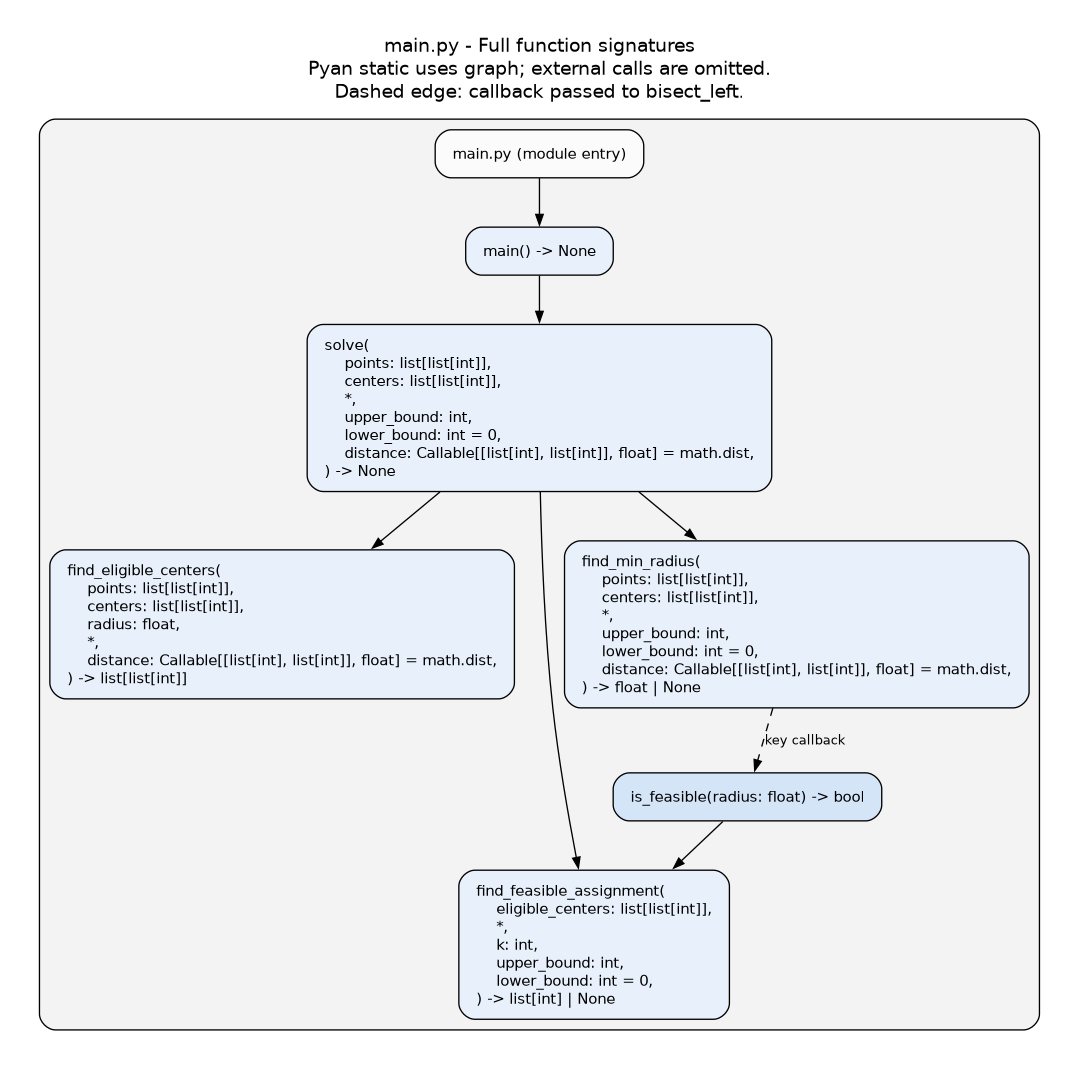
Earlier version of the Graphviz export docs/callgraphs/main-signatures.png (ianebeckett/cluster). Its source is kept beside it as docs/callgraphs/main-signatures.dot. The source it was exported from:
```dot
digraph G {
    graph [label="main.py - Full function signatures\nPyan static uses graph; external calls are omitted.\nDashed edge: callback passed to bisect_left.", labelloc=t, fontname="DejaVu Sans", fontsize=14, bgcolor="white", pad=0.3];
    node [shape=box, fontname="DejaVu Sans", fontsize=11, margin="0.18,0.12"];
    edge [fontname="DejaVu Sans", fontsize=10, arrowsize=0.8];
    graph [rankdir=TB, ranksep=0.5, layout=dot];
    subgraph "cluster_G" {

        graph [style="filled,rounded", fillcolor="#80808018", label=""];
        "main" [label="main.py (module entry)", style="rounded,filled", fillcolor="#ffffffb2", fontcolor="#000000", group="0", tooltip="main\n/home/ian/school/cluster/main.py"];
        "main__find_eligible_centers" [label="find_eligible_centers(\l    points: list[list[int]],\l    centers: list[list[int]],\l    radius: float,\l    *,\l    distance: Callable[[list[int], list[int]], float] = math.dist,\l) -> list[list[int]]\l", style="rounded,filled", fillcolor="#e8f1fb", fontcolor="#000000", group="0", tooltip="main.find_eligible_centers\n/home/ian/school/cluster/main.py:8\nfunction in main"];
        "main__find_feasible_assignment" [label="find_feasible_assignment(\l    eligible_centers: list[list[int]],\l    *,\l    k: int,\l    upper_bound: int,\l    lower_bound: int = 0,\l) -> list[int] | None\l", style="rounded,filled", fillcolor="#e8f1fb", fontcolor="#000000", group="0", tooltip="main.find_feasible_assignment\n/home/ian/school/cluster/main.py:22\nfunction in main"];
        "main__find_min_radius" [label="find_min_radius(\l    points: list[list[int]],\l    centers: list[list[int]],\l    *,\l    upper_bound: int,\l    lower_bound: int = 0,\l    distance: Callable[[list[int], list[int]], float] = math.dist,\l) -> float | None\l", style="rounded,filled", fillcolor="#e8f1fb", fontcolor="#000000", group="0", tooltip="main.find_min_radius\n/home/ian/school/cluster/main.py:91\nfunction in main"];
        "main__main" [label="main() -> None", style="rounded,filled", fillcolor="#e8f1fb", fontcolor="#000000", group="0", tooltip="main.main\n/home/ian/school/cluster/main.py:187\nfunction in main"];
        "main__solve" [label="solve(\l    points: list[list[int]],\l    centers: list[list[int]],\l    *,\l    upper_bound: int,\l    lower_bound: int = 0,\l    distance: Callable[[list[int], list[int]], float] = math.dist,\l) -> None\l", style="rounded,filled", fillcolor="#e8f1fb", fontcolor="#000000", group="0", tooltip="main.solve\n/home/ian/school/cluster/main.py:143\nfunction in main"];
        "main__find_min_radius__is_feasible" [label="is_feasible(radius: float) -> bool", style="rounded,filled", fillcolor="#d5e5f8", fontcolor="#000000", group="0", tooltip="main.find_min_radius.is_feasible\n/home/ian/school/cluster/main.py:122\nfunction in main.find_min_radius"];
    }
        "main" -> "main__main" [style="solid",  color="#000000"];
        "main__find_min_radius" -> "main__find_min_radius__is_feasible" [style="dashed", label="key callback",  color="#000000"];
        "main__find_min_radius__is_feasible" -> "main__find_feasible_assignment" [style="solid",  color="#000000"];
        "main__main" -> "main__solve" [style="solid",  color="#000000"];
        "main__solve" -> "main__find_eligible_centers" [style="solid",  color="#000000"];
        "main__solve" -> "main__find_feasible_assignment" [style="solid",  color="#000000"];
        "main__solve" -> "main__find_min_radius" [style="solid",  color="#000000"];
    }
```
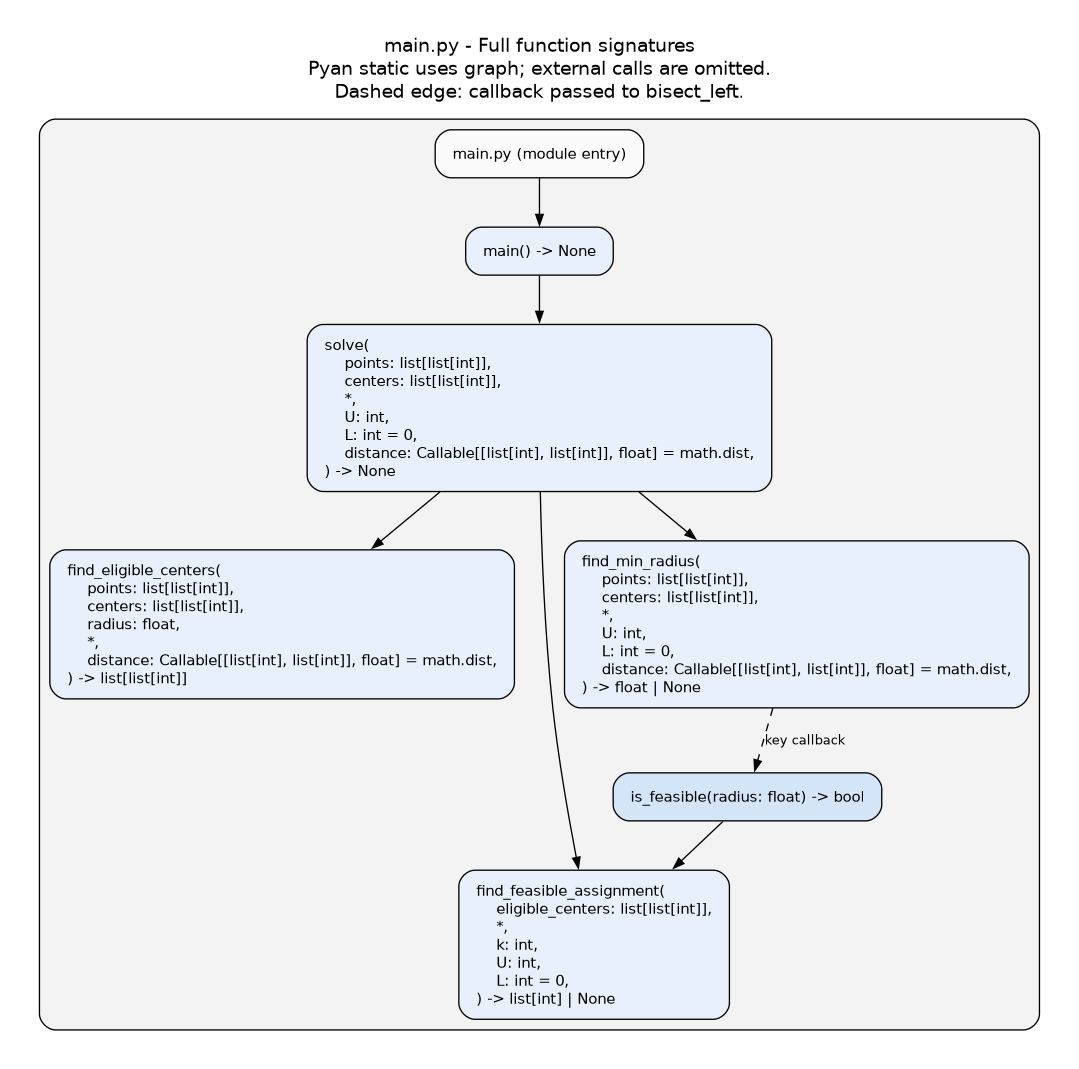
After the commit.

The edit, as a diff of the source:
```diff
@@ -8,10 +8,10 @@
         graph [style="filled,rounded", fillcolor="#80808018", label=""];
         "main" [label="main.py (module entry)", style="rounded,filled", fillcolor="#ffffffb2", fontcolor="#000000", group="0", tooltip="main\n/home/ian/school/cluster/main.py"];
         "main__find_eligible_centers" [label="find_eligible_centers(\l    points: list[list[int]],\l    centers: list[list[int]],\l    radius: float,\l    *,\l    distance: Callable[[list[int], list[int]], float] = math.dist,\l) -> list[list[int]]\l", style="rounded,filled", fillcolor="#e8f1fb", fontcolor="#000000", group="0", tooltip="main.find_eligible_centers\n/home/ian/school/cluster/main.py:8\nfunction in main"];
-        "main__find_feasible_assignment" [label="find_feasible_assignment(\l    eligible_centers: list[list[int]],\l    *,\l    k: int,\l    upper_bound: int,\l    lower_bound: int = 0,\l) -> list[int] | None\l", style="rounded,filled", fillcolor="#e8f1fb", fontcolor="#000000", group="0", tooltip="main.find_feasible_assignment\n/home/ian/school/cluster/main.py:22\nfunction in main"];
-        "main__find_min_radius" [label="find_min_radius(\l    points: list[list[int]],\l    centers: list[list[int]],\l    *,\l    upper_bound: int,\l    lower_bound: int = 0,\l    distance: Callable[[list[int], list[int]], float] = math.dist,\l) -> float | None\l", style="rounded,filled", fillcolor="#e8f1fb", fontcolor="#000000", group="0", tooltip="main.find_min_radius\n/home/ian/school/cluster/main.py:91\nfunction in main"];
+        "main__find_feasible_assignment" [label="find_feasible_assignment(\l    eligible_centers: list[list[int]],\l    *,\l    k: int,\l    U: int,\l    L: int = 0,\l) -> list[int] | None\l", style="rounded,filled", fillcolor="#e8f1fb", fontcolor="#000000", group="0", tooltip="main.find_feasible_assignment\n/home/ian/school/cluster/main.py:22\nfunction in main"];
+        "main__find_min_radius" [label="find_min_radius(\l    points: list[list[int]],\l    centers: list[list[int]],\l    *,\l    U: int,\l    L: int = 0,\l    distance: Callable[[list[int], list[int]], float] = math.dist,\l) -> float | None\l", style="rounded,filled", fillcolor="#e8f1fb", fontcolor="#000000", group="0", tooltip="main.find_min_radius\n/home/ian/school/cluster/main.py:91\nfunction in main"];
         "main__main" [label="main() -> None", style="rounded,filled", fillcolor="#e8f1fb", fontcolor="#000000", group="0", tooltip="main.main\n/home/ian/school/cluster/main.py:187\nfunction in main"];
-        "main__solve" [label="solve(\l    points: list[list[int]],\l    centers: list[list[int]],\l    *,\l    upper_bound: int,\l    lower_bound: int = 0,\l    distance: Callable[[list[int], list[int]], float] = math.dist,\l) -> None\l", style="rounded,filled", fillcolor="#e8f1fb", fontcolor="#000000", group="0", tooltip="main.solve\n/home/ian/school/cluster/main.py:143\nfunction in main"];
+        "main__solve" [label="solve(\l    points: list[list[int]],\l    centers: list[list[int]],\l    *,\l    U: int,\l    L: int = 0,\l    distance: Callable[[list[int], list[int]], float] = math.dist,\l) -> None\l", style="rounded,filled", fillcolor="#e8f1fb", fontcolor="#000000", group="0", tooltip="main.solve\n/home/ian/school/cluster/main.py:143\nfunction in main"];
         "main__find_min_radius__is_feasible" [label="is_feasible(radius: float) -> bool", style="rounded,filled", fillcolor="#d5e5f8", fontcolor="#000000", group="0", tooltip="main.find_min_radius.is_feasible\n/home/ian/school/cluster/main.py:122\nfunction in main.find_min_radius"];
     }
         "main" -> "main__main" [style="solid",  color="#000000"];
```
